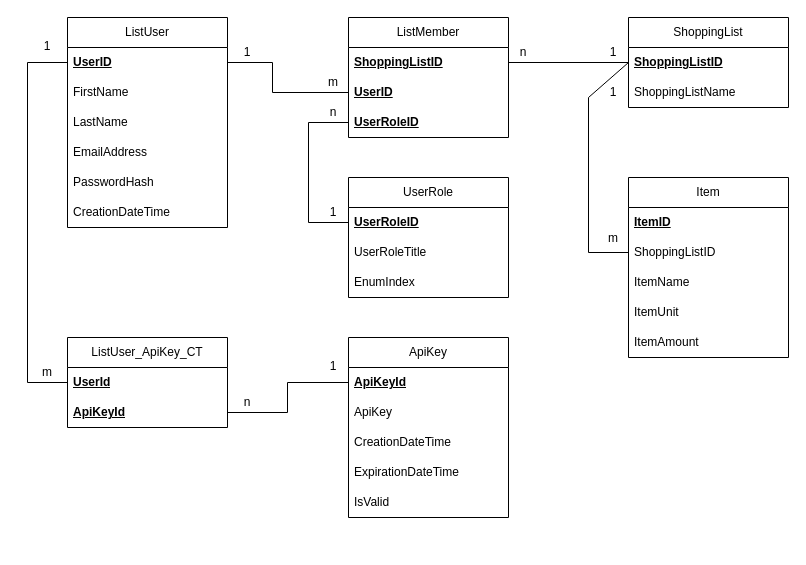
Above: Docs/Shopping_List_Database_Draft_Schema_V2.drawio in BS-Portfolio/DotShoppingList (draw.io), before the change. Source tidied: cells renumbered, new cells numbered last; positions are measured from the earlier drawing's top-left corner, leaving out a move shared by most shapes. Both pictures are drawn from the tidied source at 100%, with x=0, y=0 at pixel (17, 17).
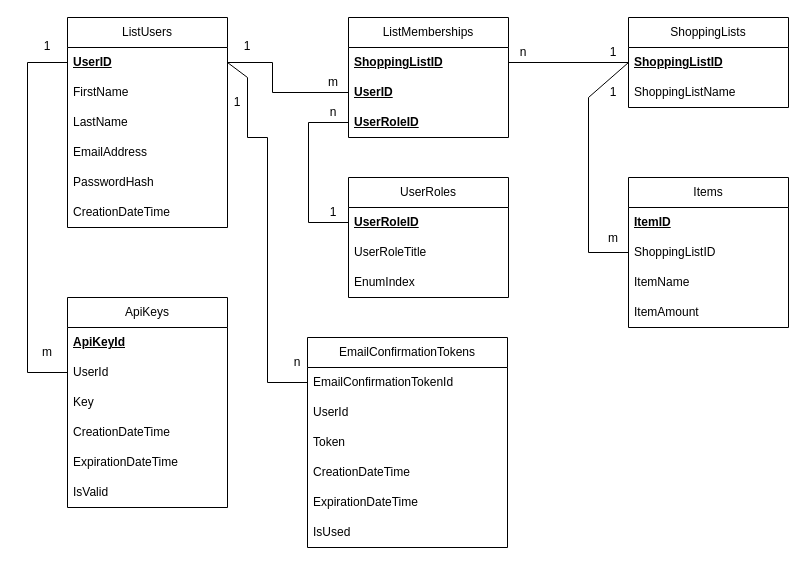
Above is the later version.

The change refers to these unchanged cells:
```xml
<mxCell id="3" value="UserID" style="text;strokeColor=none;fillColor=none;align=left;verticalAlign=middle;spacingLeft=4;spacingRight=4;overflow=hidden;points=[[0,0.5],[1,0.5]];portConstraint=eastwest;whiteSpace=wrap;html=1;fontStyle=5;" parent="2" vertex="1">
  <mxGeometry y="30" width="160" height="30" as="geometry" />
</mxCell>
<mxCell id="31" value="ApiKeyId" style="text;strokeColor=none;fillColor=none;align=left;verticalAlign=middle;spacingLeft=4;spacingRight=4;overflow=hidden;points=[[0,0.5],[1,0.5]];portConstraint=eastwest;whiteSpace=wrap;html=1;fontStyle=5;" parent="30" vertex="1">
  <mxGeometry y="30" width="160" height="30" as="geometry" />
</mxCell>
```

Diff of the diagram source:
```diff
@@
-    <mxCell id="2" value="ListUser" style="swimlane;fontStyle=0;horizontal=1;startSize=30;whiteSpace=wrap;html=1;" parent="1" vertex="1">
+    <mxCell id="2" value="ListUsers" style="swimlane;fontStyle=0;horizontal=1;startSize=30;whiteSpace=wrap;html=1;" parent="1" vertex="1">
       <mxGeometry x="50" width="160" height="210" as="geometry" />
     </mxCell>
@@
-    <mxCell id="9" value="ShoppingList" style="swimlane;fontStyle=0;horizontal=1;startSize=30;whiteSpace=wrap;html=1;" parent="1" vertex="1">
+    <mxCell id="9" value="ShoppingLists" style="swimlane;fontStyle=0;horizontal=1;startSize=30;whiteSpace=wrap;html=1;" parent="1" vertex="1">
       <mxGeometry x="611" width="160" height="90" as="geometry" />
     </mxCell>
@@
-    <mxCell id="12" value="UserRole" style="swimlane;fontStyle=0;horizontal=1;startSize=30;whiteSpace=wrap;html=1;" parent="1" vertex="1">
+    <mxCell id="12" value="UserRoles" style="swimlane;fontStyle=0;horizontal=1;startSize=30;whiteSpace=wrap;html=1;" parent="1" vertex="1">
       <mxGeometry x="331" y="160" width="160" height="120" as="geometry" />
     </mxCell>
@@
-    <mxCell id="16" value="ListMember" style="swimlane;fontStyle=0;horizontal=1;startSize=30;whiteSpace=wrap;html=1;" parent="1" vertex="1">
+    <mxCell id="16" value="ListMemberships" style="swimlane;fontStyle=0;horizontal=1;startSize=30;whiteSpace=wrap;html=1;" parent="1" vertex="1">
       <mxGeometry x="331" width="160" height="120" as="geometry" />
     </mxCell>
@@
-    <mxCell id="20" value="Item" style="swimlane;fontStyle=0;horizontal=1;startSize=30;whiteSpace=wrap;html=1;" parent="1" vertex="1">
-      <mxGeometry x="611" y="160" width="160" height="180" as="geometry" />
+    <mxCell id="20" value="Items" style="swimlane;fontStyle=0;horizontal=1;startSize=30;whiteSpace=wrap;html=1;" parent="1" vertex="1">
+      <mxGeometry x="611" y="160" width="160" height="150" as="geometry" />
     </mxCell>
@@
-    <mxCell id="24" value="ItemUnit" style="text;strokeColor=none;fillColor=none;align=left;verticalAlign=middle;spacingLeft=4;spacingRight=4;overflow=hidden;whiteSpace=wrap;html=1;" parent="20" vertex="1">
-      <mxGeometry y="120" width="160" height="30" as="geometry" />
-    </mxCell>
     <mxCell id="25" value="ItemAmount" style="text;strokeColor=none;fillColor=none;align=left;verticalAlign=middle;spacingLeft=4;spacingRight=4;overflow=hidden;whiteSpace=wrap;html=1;" parent="20" vertex="1">
-      <mxGeometry y="150" width="160" height="30" as="geometry" />
+      <mxGeometry y="120" width="160" height="30" as="geometry" />
     </mxCell>
@@
-    <mxCell id="30" value="ApiKey" style="swimlane;fontStyle=0;horizontal=1;startSize=30;whiteSpace=wrap;html=1;" parent="1" vertex="1">
-      <mxGeometry x="331" y="320" width="160" height="180" as="geometry" />
+    <mxCell id="30" value="ApiKeys" style="swimlane;fontStyle=0;horizontal=1;startSize=30;whiteSpace=wrap;html=1;" parent="1" vertex="1">
+      <mxGeometry x="50" y="280" width="160" height="210" as="geometry" />
     </mxCell>
@@
+    <mxCell id="53" value="UserId" style="text;strokeColor=none;fillColor=none;align=left;verticalAlign=middle;spacingLeft=4;spacingRight=4;overflow=hidden;points=[[0,0.5],[1,0.5]];portConstraint=eastwest;whiteSpace=wrap;html=1;" parent="30" vertex="1">
+      <mxGeometry y="60" width="160" height="30" as="geometry" />
+    </mxCell>
-    <mxCell id="32" value="ApiKey" style="text;strokeColor=none;fillColor=none;align=left;verticalAlign=middle;spacingLeft=4;spacingRight=4;overflow=hidden;whiteSpace=wrap;html=1;" parent="30" vertex="1">
-      <mxGeometry y="60" width="160" height="30" as="geometry" />
+    <mxCell id="32" value="Key" style="text;strokeColor=none;fillColor=none;align=left;verticalAlign=middle;spacingLeft=4;spacingRight=4;overflow=hidden;whiteSpace=wrap;html=1;" parent="30" vertex="1">
+      <mxGeometry y="90" width="160" height="30" as="geometry" />
     </mxCell>
     <mxCell id="33" value="CreationDateTime" style="text;strokeColor=none;fillColor=none;align=left;verticalAlign=middle;spacingLeft=4;spacingRight=4;overflow=hidden;whiteSpace=wrap;html=1;" parent="30" vertex="1">
-      <mxGeometry y="90" width="160" height="30" as="geometry" />
+      <mxGeometry y="120" width="160" height="30" as="geometry" />
     </mxCell>
     <mxCell id="34" value="ExpirationDateTime" style="text;strokeColor=none;fillColor=none;align=left;verticalAlign=middle;spacingLeft=4;spacingRight=4;overflow=hidden;whiteSpace=wrap;html=1;" parent="30" vertex="1">
-      <mxGeometry y="120" width="160" height="30" as="geometry" />
+      <mxGeometry y="150" width="160" height="30" as="geometry" />
     </mxCell>
     <mxCell id="35" value="IsValid" style="text;strokeColor=none;fillColor=none;align=left;verticalAlign=middle;spacingLeft=4;spacingRight=4;overflow=hidden;whiteSpace=wrap;html=1;" parent="30" vertex="1">
-      <mxGeometry y="150" width="160" height="30" as="geometry" />
+      <mxGeometry y="180" width="160" height="30" as="geometry" />
     </mxCell>
-    <mxCell id="36" value="ListUser_ApiKey_CT" style="swimlane;fontStyle=0;horizontal=1;startSize=30;whiteSpace=wrap;html=1;" parent="1" vertex="1">
-      <mxGeometry x="50" y="320" width="160" height="90" as="geometry" />
-    </mxCell>
-    <mxCell id="37" value="UserId" style="text;strokeColor=none;fillColor=none;align=left;verticalAlign=middle;spacingLeft=4;spacingRight=4;overflow=hidden;points=[[0,0.5],[1,0.5]];portConstraint=eastwest;whiteSpace=wrap;html=1;fontStyle=5;" parent="36" vertex="1">
-      <mxGeometry y="30" width="160" height="30" as="geometry" />
-    </mxCell>
-    <mxCell id="38" value="ApiKeyId" style="text;strokeColor=none;fillColor=none;align=left;verticalAlign=middle;spacingLeft=4;spacingRight=4;overflow=hidden;points=[[0,0.5],[1,0.5]];portConstraint=eastwest;whiteSpace=wrap;html=1;fontStyle=5;" parent="36" vertex="1">
-      <mxGeometry y="60" width="160" height="30" as="geometry" />
-    </mxCell>
-    <mxCell id="39" style="endArrow=none;html=1;rounded=0;entryX=0;entryY=0.5;entryDx=0;entryDy=0;exitX=1;exitY=0.5;exitDx=0;exitDy=0;" parent="1" edge="1" source="38" target="31">
-      <mxGeometry relative="1" as="geometry">
-        <Array as="points">
-          <mxPoint x="270" y="395" />
-          <mxPoint x="270" y="365" />
-        </Array>
-      </mxGeometry>
-    </mxCell>
-    <mxCell id="40" style="endArrow=none;html=1;rounded=0;entryX=0;entryY=0.5;entryDx=0;entryDy=0;exitX=0;exitY=0.5;exitDx=0;exitDy=0;" parent="1" edge="1" source="37" target="3">
+    <mxCell id="40" style="endArrow=none;html=1;rounded=0;entryX=0;entryY=0.5;entryDx=0;entryDy=0;exitX=0;exitY=0.5;exitDx=0;exitDy=0;" parent="1" edge="1" source="53" target="3">
       <mxGeometry relative="1" as="geometry">
         <Array as="points">
-          <mxPoint x="10" y="365" />
+          <mxPoint x="10" y="355" />
           <mxPoint x="10" y="45" />
         </Array>
       </mxGeometry>
     </mxCell>
     <mxCell id="41" value="m" style="text;html=1;align=center;verticalAlign=middle;whiteSpace=wrap;rounded=0;" parent="1" vertex="1">
-      <mxGeometry y="340" width="60" height="30" as="geometry" />
+      <mxGeometry y="320" width="60" height="30" as="geometry" />
     </mxCell>
-    <mxCell id="42" value="n" style="text;html=1;align=center;verticalAlign=middle;whiteSpace=wrap;rounded=0;" parent="1" vertex="1">
-      <mxGeometry x="200" y="370" width="60" height="30" as="geometry" />
-    </mxCell>
     <mxCell id="43" value="1" style="text;html=1;align=center;verticalAlign=middle;whiteSpace=wrap;rounded=0;" parent="1" vertex="1">
-      <mxGeometry x="200" y="20" width="60" height="30" as="geometry" />
+      <mxGeometry x="220" y="14" width="20" height="30" as="geometry" />
     </mxCell>
@@
+    <mxCell id="52" value="1" style="text;html=1;align=center;verticalAlign=middle;whiteSpace=wrap;rounded=0;" parent="1" vertex="1">
+      <mxGeometry x="566" y="60" width="60" height="30" as="geometry" />
+    </mxCell>
+    <mxCell id="54" value="EmailConfirmationTokens" style="swimlane;fontStyle=0;horizontal=1;startSize=30;whiteSpace=wrap;html=1;" parent="1" vertex="1">
+      <mxGeometry x="290" y="320" width="200" height="210" as="geometry" />
+    </mxCell>
+    <mxCell id="55" value="EmailConfirmationTokenId" style="text;strokeColor=none;fillColor=none;align=left;verticalAlign=middle;spacingLeft=4;spacingRight=4;overflow=hidden;points=[[0,0.5],[1,0.5]];portConstraint=eastwest;whiteSpace=wrap;html=1;" parent="54" vertex="1">
+      <mxGeometry y="30" width="200" height="30" as="geometry" />
+    </mxCell>
+    <mxCell id="56" value="UserId" style="text;strokeColor=none;fillColor=none;align=left;verticalAlign=middle;spacingLeft=4;spacingRight=4;overflow=hidden;whiteSpace=wrap;html=1;" parent="54" vertex="1">
+      <mxGeometry y="60" width="200" height="30" as="geometry" />
+    </mxCell>
+    <mxCell id="57" value="Token" style="text;strokeColor=none;fillColor=none;align=left;verticalAlign=middle;spacingLeft=4;spacingRight=4;overflow=hidden;whiteSpace=wrap;html=1;" parent="54" vertex="1">
+      <mxGeometry y="90" width="200" height="30" as="geometry" />
+    </mxCell>
+    <mxCell id="58" value="CreationDateTime" style="text;strokeColor=none;fillColor=none;align=left;verticalAlign=middle;spacingLeft=4;spacingRight=4;overflow=hidden;whiteSpace=wrap;html=1;" parent="54" vertex="1">
+      <mxGeometry y="120" width="200" height="30" as="geometry" />
+    </mxCell>
+    <mxCell id="59" value="ExpirationDateTime" style="text;strokeColor=none;fillColor=none;align=left;verticalAlign=middle;spacingLeft=4;spacingRight=4;overflow=hidden;whiteSpace=wrap;html=1;" parent="54" vertex="1">
+      <mxGeometry y="150" width="200" height="30" as="geometry" />
+    </mxCell>
+    <mxCell id="60" value="IsUsed" style="text;strokeColor=none;fillColor=none;align=left;verticalAlign=middle;spacingLeft=4;spacingRight=4;overflow=hidden;whiteSpace=wrap;html=1;" parent="54" vertex="1">
+      <mxGeometry y="180" width="200" height="30" as="geometry" />
+    </mxCell>
+    <mxCell id="61" style="endArrow=none;html=1;rounded=0;exitX=0;exitY=0.5;exitDx=0;exitDy=0;entryX=1;entryY=0.5;entryDx=0;entryDy=0;" parent="1" edge="1" source="55" target="3">
+      <mxGeometry relative="1" as="geometry">
+        <Array as="points">
+          <mxPoint x="250" y="365" />
+          <mxPoint x="250" y="120" />
+          <mxPoint x="230" y="120" />
+          <mxPoint x="230" y="60" />
+        </Array>
+      </mxGeometry>
+    </mxCell>
     <mxCell id="51" value="1" style="text;html=1;align=center;verticalAlign=middle;whiteSpace=wrap;rounded=0;" parent="1" vertex="1">
-      <mxGeometry x="286" y="334" width="60" height="30" as="geometry" />
+      <mxGeometry x="210" y="70" width="20" height="30" as="geometry" />
     </mxCell>
-    <mxCell id="52" value="1" style="text;html=1;align=center;verticalAlign=middle;whiteSpace=wrap;rounded=0;" parent="1" vertex="1">
-      <mxGeometry x="566" y="60" width="60" height="30" as="geometry" />
-    </mxCell>
+    <mxCell id="42" value="n" style="text;html=1;align=center;verticalAlign=middle;whiteSpace=wrap;rounded=0;" parent="1" vertex="1">
+      <mxGeometry x="270" y="330" width="20" height="30" as="geometry" />
+    </mxCell>
```
